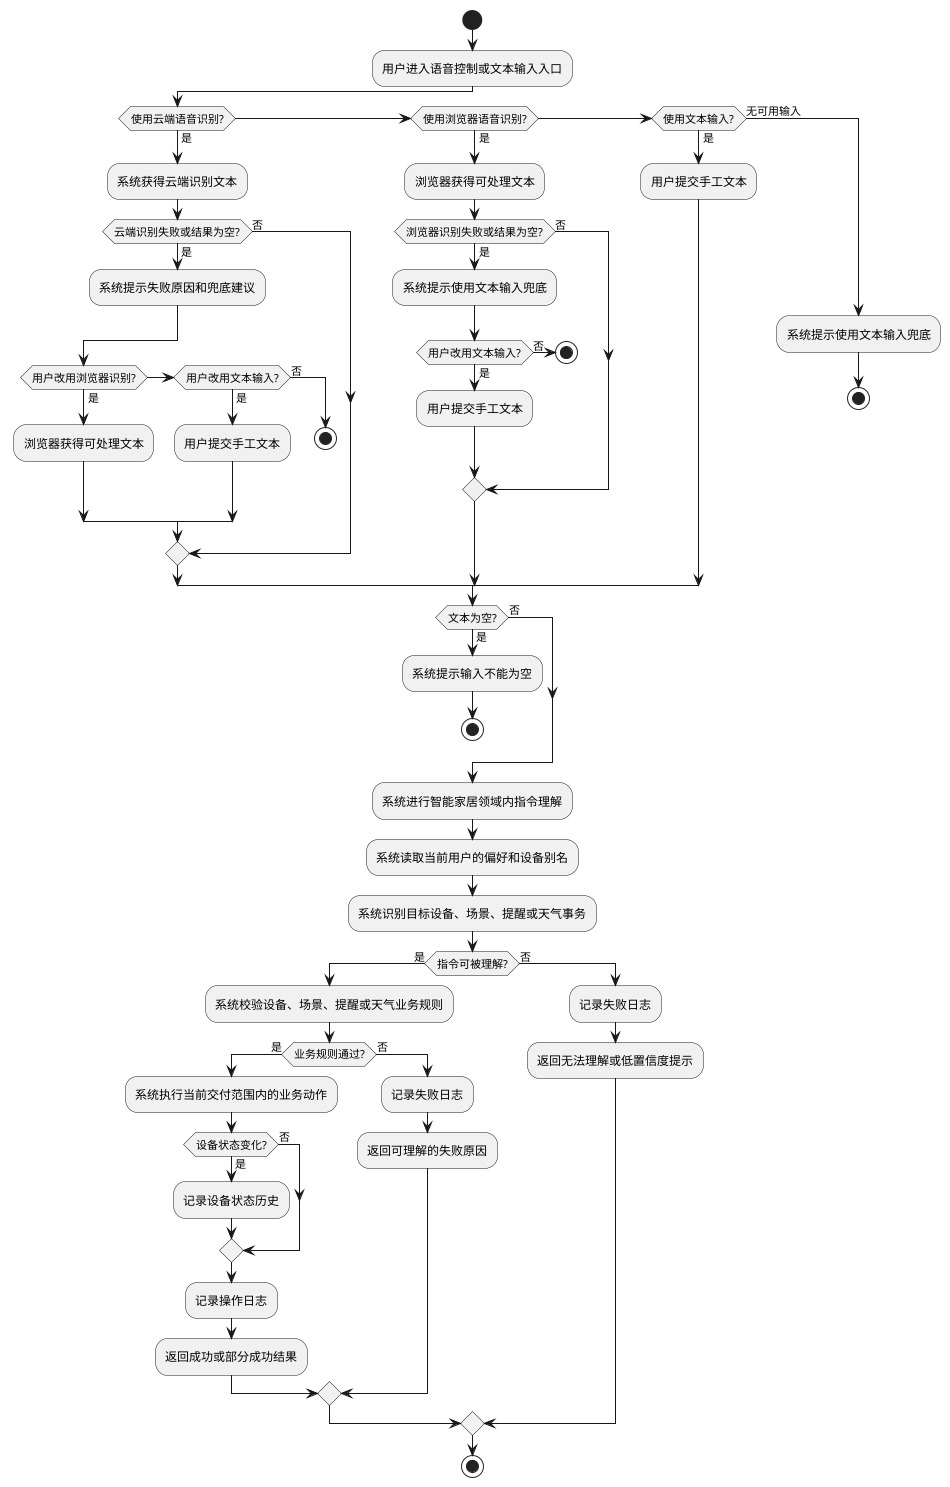
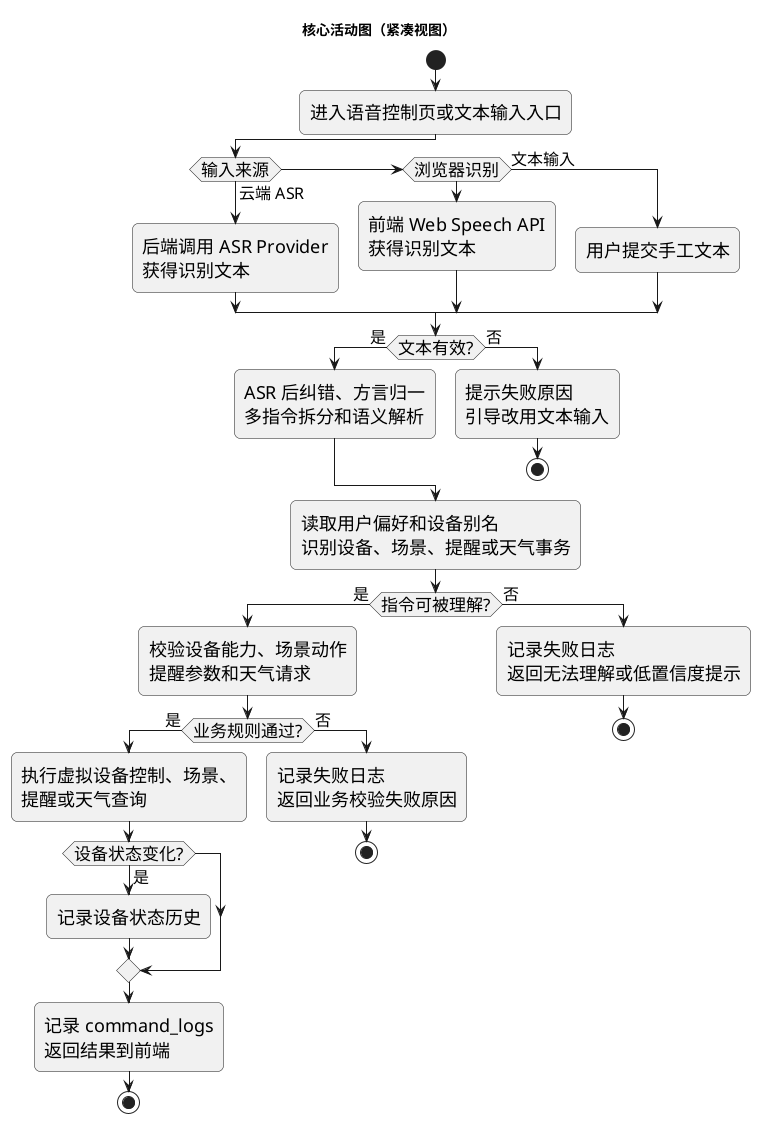
@startuml
+ title 核心活动图（紧凑视图）
+ skinparam defaultFontName "Microsoft YaHei"
+ skinparam defaultFontSize 18
+ skinparam ActivityFontSize 18
+ skinparam ActivityDiamondFontSize 17
+ skinparam ArrowFontSize 16
+ skinparam Shadowing false
+ skinparam RoundCorner 12
+ 
start
- :用户进入语音控制或文本输入入口;
- if (使用云端语音识别?) then (是)
-   :系统获得云端识别文本;
-   if (云端识别失败或结果为空?) then (是)
-     :系统提示失败原因和兜底建议;
-     if (用户改用浏览器识别?) then (是)
-       :浏览器获得可处理文本;
-     elseif (用户改用文本输入?) then (是)
-       :用户提交手工文本;
-     else (否)
-       stop
-     endif
-   else (否)
-   endif
- elseif (使用浏览器语音识别?) then (是)
-   :浏览器获得可处理文本;
-   if (浏览器识别失败或结果为空?) then (是)
-     :系统提示使用文本输入兜底;
-     if (用户改用文本输入?) then (是)
-       :用户提交手工文本;
-     else (否)
-       stop
-     endif
-   else (否)
-   endif
- elseif (使用文本输入?) then (是)
+ :进入语音控制页或文本输入入口;
+ 
+ if (输入来源) then (云端 ASR)
+   :后端调用 ASR Provider\n获得识别文本;
+ elseif (浏览器识别)
+   :前端 Web Speech API\n获得识别文本;
+ else (文本输入)
  :用户提交手工文本;
- else (无可用输入)
-   :系统提示使用文本输入兜底;
+ endif
+ 
+ if (文本有效?) then (是)
+   :ASR 后纠错、方言归一\n多指令拆分和语义解析;
+ else (否)
+   :提示失败原因\n引导改用文本输入;
  stop
endif

- if (文本为空?) then (是)
-   :系统提示输入不能为空;
-   stop
- else (否)
- endif
- 
- :系统进行智能家居领域内指令理解;
- :系统读取当前用户的偏好和设备别名;
- :系统识别目标设备、场景、提醒或天气事务;
+ :读取用户偏好和设备别名\n识别设备、场景、提醒或天气事务;

if (指令可被理解?) then (是)
-   :系统校验设备、场景、提醒或天气业务规则;
+   :校验设备能力、场景动作\n提醒参数和天气请求;
  if (业务规则通过?) then (是)
-     :系统执行当前交付范围内的业务动作;
+     :执行虚拟设备控制、场景、\n提醒或天气查询;
    if (设备状态变化?) then (是)
      :记录设备状态历史;
-     else (否)
    endif
-     :记录操作日志;
-     :返回成功或部分成功结果;
+     :记录 command_logs\n返回结果到前端;
+     stop
  else (否)
-     :记录失败日志;
-     :返回可理解的失败原因;
+     :记录失败日志\n返回业务校验失败原因;
+     stop
  endif
else (否)
-   :记录失败日志;
-   :返回无法理解或低置信度提示;
+   :记录失败日志\n返回无法理解或低置信度提示;
+   stop
endif
- stop
- @enduml+ @enduml
